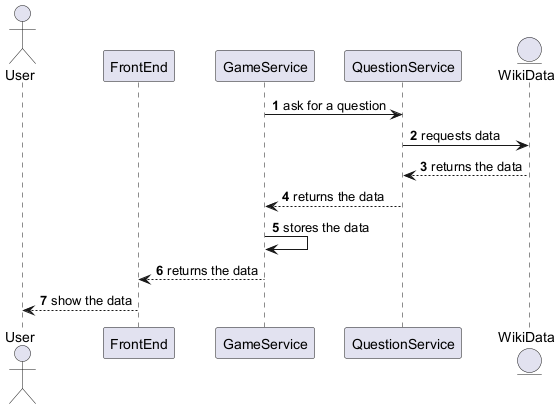
Before: images/Question generation 1 diagram.png, a diagram exported from PlantUML (Arquisoft/wichat_en3a).
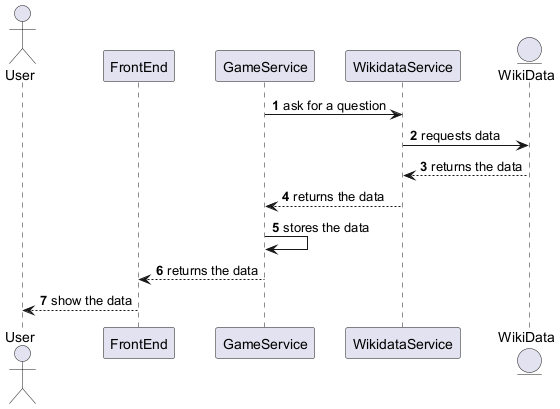
The same diagram one commit later.

The edit, as a diff of the source:
```diff
@@ -3,13 +3,13 @@
 actor User
 participant FrontEnd
 participant GameService
-participant QuestionService
+participant WikidataService
 entity WikiData
 
-GameService -> QuestionService: ask for a question
-QuestionService -> WikiData: requests data
-WikiData --> QuestionService: returns the data
-QuestionService --> GameService: returns the data
+GameService -> WikidataService: ask for a question
+WikidataService -> WikiData: requests data
+WikiData --> WikidataService: returns the data
+WikidataService --> GameService: returns the data
 GameService -> GameService: stores the data
 GameService --> FrontEnd: returns the data
 FrontEnd --> User: show the data
```
